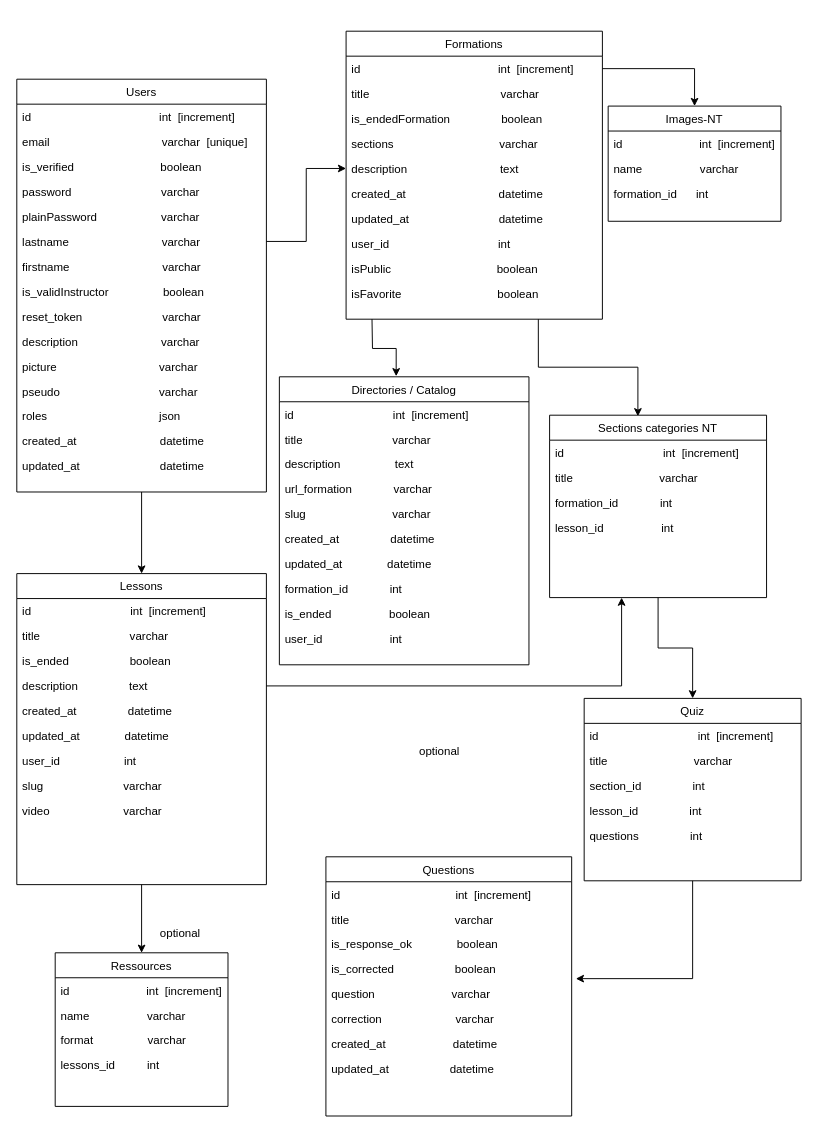
Before: ECO IT/diag_de_classe_ecoit.drawio in cyrisa02/diagrammes-UML, a draw.io diagram. Source tidied: cells renumbered, new cells numbered last; positions are measured from the earlier drawing's top-left corner, leaving out a move shared by most shapes. Both pictures are drawn from the tidied source at 96%, with x=0, y=0 at pixel (16, 31).
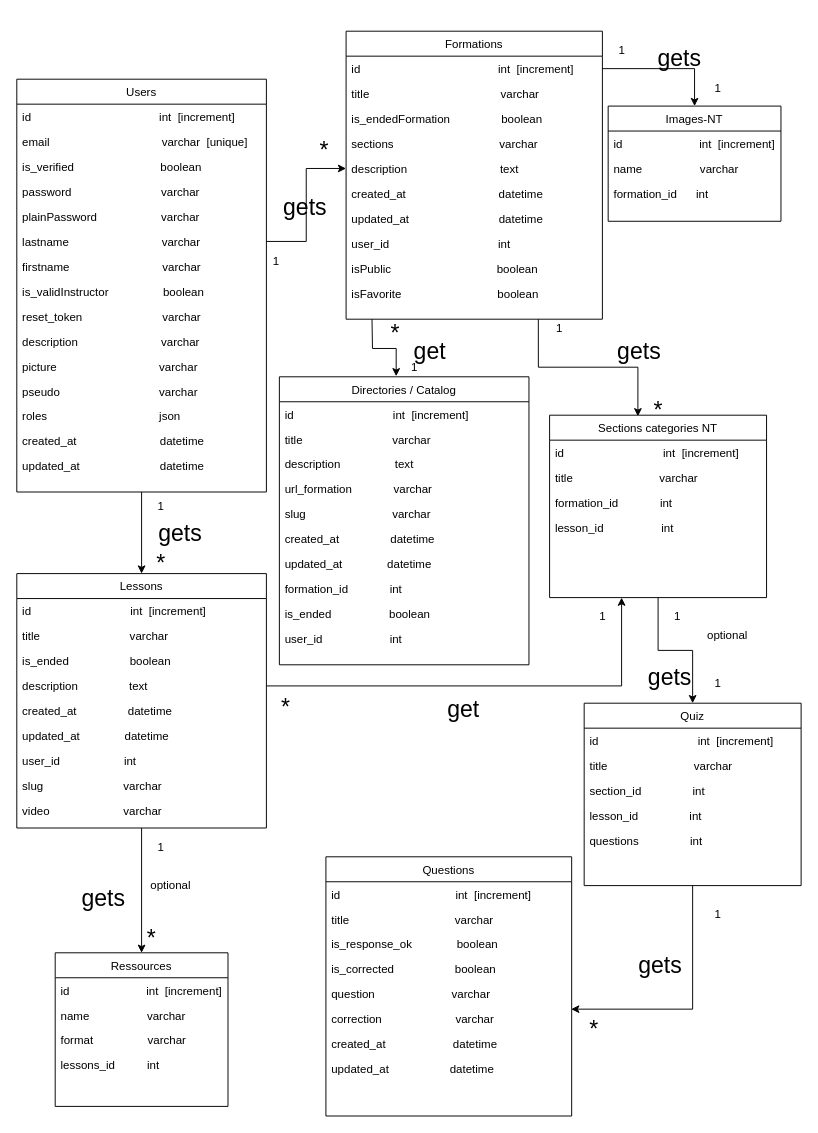
The same diagram, later.

Unchanged cells that the change refers to:
```xml
<mxCell id="54" value="question                        varchar" style="text;align=left;verticalAlign=top;spacingLeft=4;spacingRight=4;overflow=hidden;points=[[0,0.5],[1,0.5]];portConstraint=eastwest;" parent="49" vertex="1">
  <mxGeometry y="130" width="256" height="26" as="geometry" />
</mxCell>
<mxCell id="55" value="correction                       varchar  " style="text;align=left;verticalAlign=top;spacingLeft=4;spacingRight=4;overflow=hidden;points=[[0,0.5],[1,0.5]];portConstraint=eastwest;" parent="49" vertex="1">
  <mxGeometry y="156" width="256" height="26" as="geometry" />
</mxCell>
```

Diff of the diagram source:
```diff
@@
     <mxCell id="39" value="Lessons" style="swimlane;fontStyle=0;align=center;verticalAlign=top;horizontal=1;startSize=26;rounded=0;shadow=0;strokeWidth=1;" parent="1" vertex="1">
-      <mxGeometry y="565" width="260" height="324" as="geometry" />
+      <mxGeometry y="565" width="260" height="265" as="geometry" />
     </mxCell>
@@
     <mxCell id="48" value="video                       varchar" style="text;align=left;verticalAlign=top;spacingLeft=4;spacingRight=4;overflow=hidden;" parent="39" vertex="1">
-      <mxGeometry y="234" width="260" height="90" as="geometry" />
+      <mxGeometry y="234" width="260" height="26" as="geometry" />
     </mxCell>
@@
     <mxCell id="65" value="optional" style="text;html=1;align=center;verticalAlign=middle;fillColor=none;strokeColor=none;rounded=0;" parent="1" vertex="1">
-      <mxGeometry x="140" y="930" width="60" height="20" as="geometry" />
+      <mxGeometry x="130" y="880" width="60" height="20" as="geometry" />
     </mxCell>
-    <mxCell id="66" style="edgeStyle=orthogonalEdgeStyle;rounded=0;jettySize=auto;html=1;exitX=0.5;exitY=1;exitDx=0;exitDy=0;entryX=1.017;entryY=-0.118;entryDx=0;entryDy=0;entryPerimeter=0;" parent="1" edge="1" source="67" target="54">
-      <mxGeometry relative="1" as="geometry" />
-    </mxCell>
+    <mxCell id="90" style="edgeStyle=orthogonalEdgeStyle;rounded=0;jettySize=auto;html=1;exitX=0.5;exitY=1;exitDx=0;exitDy=0;entryX=0.998;entryY=0.104;entryDx=0;entryDy=0;entryPerimeter=0;fontSize=48;" parent="1" edge="1" source="67" target="55">
+      <mxGeometry relative="1" as="geometry" />
+    </mxCell>
     <mxCell id="67" value="Quiz" style="swimlane;fontStyle=0;align=center;verticalAlign=top;horizontal=1;startSize=26;rounded=0;shadow=0;strokeWidth=1;" parent="1" vertex="1">
-      <mxGeometry x="591" y="695" width="226" height="190" as="geometry" />
+      <mxGeometry x="591" y="700" width="226" height="190" as="geometry" />
     </mxCell>
@@
     <mxCell id="73" value="optional" style="text;html=1;align=center;verticalAlign=middle;fillColor=none;strokeColor=none;rounded=0;" parent="1" vertex="1">
-      <mxGeometry x="410" y="740" width="60" height="20" as="geometry" />
+      <mxGeometry x="710" y="620" width="60" height="20" as="geometry" />
     </mxCell>
@@
+    <mxCell id="91" value="1" style="text;html=1;align=center;verticalAlign=middle;fillColor=none;strokeColor=none;rounded=0;" parent="1" vertex="1">
+      <mxGeometry x="555" y="300" width="20" height="20" as="geometry" />
+    </mxCell>
+    <mxCell id="92" value="*" style="text;html=1;align=center;verticalAlign=middle;fillColor=none;strokeColor=none;rounded=0;fontSize=24;" parent="1" vertex="1">
+      <mxGeometry x="310" y="110" width="20" height="30" as="geometry" />
+    </mxCell>
+    <mxCell id="93" value="1" style="text;html=1;align=center;verticalAlign=middle;fillColor=none;strokeColor=none;rounded=0;" parent="1" vertex="1">
+      <mxGeometry x="720" y="50" width="20" height="20" as="geometry" />
+    </mxCell>
+    <mxCell id="94" value="1" style="text;html=1;align=center;verticalAlign=middle;fillColor=none;strokeColor=none;rounded=0;" parent="1" vertex="1">
+      <mxGeometry x="620" y="10" width="20" height="20" as="geometry" />
+    </mxCell>
+    <mxCell id="95" value="1" style="text;html=1;align=center;verticalAlign=middle;fillColor=none;strokeColor=none;rounded=0;" parent="1" vertex="1">
+      <mxGeometry x="260" y="230" width="20" height="20" as="geometry" />
+    </mxCell>
+    <mxCell id="96" value="*" style="text;html=1;align=center;verticalAlign=middle;fillColor=none;strokeColor=none;rounded=0;fontSize=24;" parent="1" vertex="1">
+      <mxGeometry x="384" y="300" width="20" height="30" as="geometry" />
+    </mxCell>
+    <mxCell id="97" value="1" style="text;html=1;align=center;verticalAlign=middle;fillColor=none;strokeColor=none;rounded=0;" parent="1" vertex="1">
+      <mxGeometry x="404" y="340" width="20" height="20" as="geometry" />
+    </mxCell>
+    <mxCell id="98" value="*" style="text;html=1;align=center;verticalAlign=middle;fillColor=none;strokeColor=none;rounded=0;fontSize=24;" parent="1" vertex="1">
+      <mxGeometry x="658" y="380" width="20" height="30" as="geometry" />
+    </mxCell>
+    <mxCell id="99" value="1" style="text;html=1;align=center;verticalAlign=middle;fillColor=none;strokeColor=none;rounded=0;" parent="1" vertex="1">
+      <mxGeometry x="678" y="600" width="20" height="20" as="geometry" />
+    </mxCell>
+    <mxCell id="100" value="1" style="text;html=1;align=center;verticalAlign=middle;fillColor=none;strokeColor=none;rounded=0;" parent="1" vertex="1">
+      <mxGeometry x="720" y="670" width="20" height="20" as="geometry" />
+    </mxCell>
+    <mxCell id="101" value="1" style="text;html=1;align=center;verticalAlign=middle;fillColor=none;strokeColor=none;rounded=0;" parent="1" vertex="1">
+      <mxGeometry x="600" y="600" width="20" height="20" as="geometry" />
+    </mxCell>
+    <mxCell id="102" value="*" style="text;html=1;align=center;verticalAlign=middle;fillColor=none;strokeColor=none;rounded=0;fontSize=24;" parent="1" vertex="1">
+      <mxGeometry x="270" y="690" width="20" height="30" as="geometry" />
+    </mxCell>
+    <mxCell id="103" value="1" style="text;html=1;align=center;verticalAlign=middle;fillColor=none;strokeColor=none;rounded=0;" parent="1" vertex="1">
+      <mxGeometry x="140" y="485" width="20" height="20" as="geometry" />
+    </mxCell>
+    <mxCell id="104" value="*" style="text;html=1;align=center;verticalAlign=middle;fillColor=none;strokeColor=none;rounded=0;fontSize=24;" parent="1" vertex="1">
+      <mxGeometry x="140" y="540" width="20" height="30" as="geometry" />
+    </mxCell>
+    <mxCell id="105" value="1" style="text;html=1;align=center;verticalAlign=middle;fillColor=none;strokeColor=none;rounded=0;" parent="1" vertex="1">
+      <mxGeometry x="720" y="910" width="20" height="20" as="geometry" />
+    </mxCell>
+    <mxCell id="106" value="*" style="text;html=1;align=center;verticalAlign=middle;fillColor=none;strokeColor=none;rounded=0;fontSize=24;" parent="1" vertex="1">
+      <mxGeometry x="591" y="1025" width="20" height="30" as="geometry" />
+    </mxCell>
+    <mxCell id="107" value="1" style="text;html=1;align=center;verticalAlign=middle;fillColor=none;strokeColor=none;rounded=0;" parent="1" vertex="1">
+      <mxGeometry x="140" y="840" width="20" height="20" as="geometry" />
+    </mxCell>
+    <mxCell id="108" value="*" style="text;html=1;align=center;verticalAlign=middle;fillColor=none;strokeColor=none;rounded=0;fontSize=24;" parent="1" vertex="1">
+      <mxGeometry x="130" y="930" width="20" height="30" as="geometry" />
+    </mxCell>
+    <mxCell id="109" value="&lt;font style=&quot;font-size: 24px;&quot;&gt;get&lt;/font&gt;&lt;font style=&quot;font-size: 24px;&quot;&gt;s&lt;/font&gt;" style="text;html=1;align=center;verticalAlign=middle;fillColor=none;strokeColor=none;rounded=0;fontSize=48;" parent="1" vertex="1">
+      <mxGeometry x="270" y="140" width="60" height="70" as="geometry" />
+    </mxCell>
+    <mxCell id="110" value="&lt;font style=&quot;font-size: 24px;&quot;&gt;get&lt;/font&gt;&lt;font style=&quot;font-size: 24px;&quot;&gt;s&lt;/font&gt;" style="text;html=1;align=center;verticalAlign=middle;fillColor=none;strokeColor=none;rounded=0;fontSize=48;" parent="1" vertex="1">
+      <mxGeometry x="660" y="-15" width="60" height="70" as="geometry" />
+    </mxCell>
+    <mxCell id="111" value="&lt;font style=&quot;font-size: 24px;&quot;&gt;get&lt;/font&gt;&lt;font style=&quot;font-size: 24px;&quot;&gt;s&lt;/font&gt;" style="text;html=1;align=center;verticalAlign=middle;fillColor=none;strokeColor=none;rounded=0;fontSize=48;" parent="1" vertex="1">
+      <mxGeometry x="618" y="290" width="60" height="70" as="geometry" />
+    </mxCell>
+    <mxCell id="112" value="&lt;font style=&quot;font-size: 24px;&quot;&gt;get&lt;/font&gt;" style="text;html=1;align=center;verticalAlign=middle;fillColor=none;strokeColor=none;rounded=0;fontSize=48;" parent="1" vertex="1">
+      <mxGeometry x="405" y="290" width="50" height="70" as="geometry" />
+    </mxCell>
+    <mxCell id="113" value="&lt;font style=&quot;font-size: 24px;&quot;&gt;get&lt;/font&gt;&lt;font style=&quot;font-size: 24px;&quot;&gt;s&lt;/font&gt;" style="text;html=1;align=center;verticalAlign=middle;fillColor=none;strokeColor=none;rounded=0;fontSize=48;" parent="1" vertex="1">
+      <mxGeometry x="650" y="630" width="60" height="70" as="geometry" />
+    </mxCell>
+    <mxCell id="114" value="&lt;font style=&quot;font-size: 24px;&quot;&gt;get&lt;/font&gt;" style="text;html=1;align=center;verticalAlign=middle;fillColor=none;strokeColor=none;rounded=0;fontSize=48;" parent="1" vertex="1">
+      <mxGeometry x="440" y="662.5" width="50" height="70" as="geometry" />
+    </mxCell>
+    <mxCell id="115" value="&lt;font style=&quot;font-size: 24px;&quot;&gt;get&lt;/font&gt;&lt;font style=&quot;font-size: 24px;&quot;&gt;s&lt;/font&gt;" style="text;html=1;align=center;verticalAlign=middle;fillColor=none;strokeColor=none;rounded=0;fontSize=48;" parent="1" vertex="1">
+      <mxGeometry x="140" y="480" width="60" height="70" as="geometry" />
+    </mxCell>
+    <mxCell id="116" value="&lt;font style=&quot;font-size: 24px;&quot;&gt;get&lt;/font&gt;&lt;font style=&quot;font-size: 24px;&quot;&gt;s&lt;/font&gt;" style="text;html=1;align=center;verticalAlign=middle;fillColor=none;strokeColor=none;rounded=0;fontSize=48;" parent="1" vertex="1">
+      <mxGeometry x="60" y="860" width="60" height="70" as="geometry" />
+    </mxCell>
+    <mxCell id="117" value="&lt;font style=&quot;font-size: 24px;&quot;&gt;get&lt;/font&gt;&lt;font style=&quot;font-size: 24px;&quot;&gt;s&lt;/font&gt;" style="text;html=1;align=center;verticalAlign=middle;fillColor=none;strokeColor=none;rounded=0;fontSize=48;" parent="1" vertex="1">
+      <mxGeometry x="640" y="930" width="60" height="70" as="geometry" />
+    </mxCell>
```
